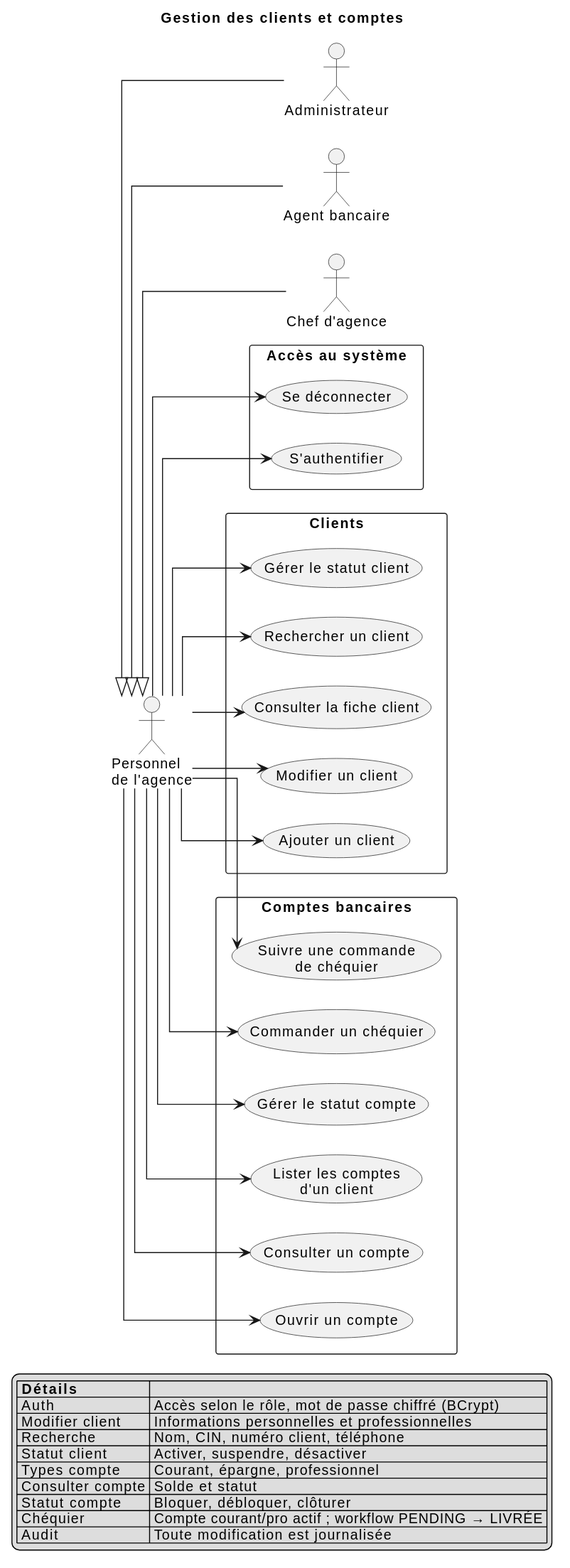
aminabensouda106-gif/banque1 keeps this PlantUML diagram as documentation/overleaf/images/01-clients-comptes.svg. Above is the earlier version. Source of this version:
```plantuml
@startuml
left to right direction
skinparam shadowing false
skinparam packageStyle rectangle
skinparam nodesep 30
skinparam ranksep 40
skinparam linetype ortho

title Gestion des clients et comptes

actor "Personnel\nde l'agence" as personnel

actor "Administrateur" as admin
actor "Agent bancaire" as agent
actor "Chef d'agence" as chef

admin -up-|> personnel
agent -up-|> personnel
chef -up-|> personnel

rectangle "Accès au système" {
  usecase "S'authentifier" as UC_LOGIN
  usecase "Se déconnecter" as UC_LOGOUT
}

rectangle "Clients" {
  usecase "Ajouter un client" as UC_C_ADD
  usecase "Modifier un client" as UC_C_EDIT
  usecase "Consulter la fiche client" as UC_C_VIEW
  usecase "Rechercher un client" as UC_C_SEARCH
  usecase "Gérer le statut client" as UC_C_STATUS
}

rectangle "Comptes bancaires" {
  usecase "Ouvrir un compte" as UC_A_OPEN
  usecase "Consulter un compte" as UC_A_VIEW
  usecase "Lister les comptes\nd'un client" as UC_A_LIST
  usecase "Gérer le statut compte" as UC_A_STATUS
  usecase "Commander un chéquier" as UC_CHQ_ORDER
  usecase "Suivre une commande\nde chéquier" as UC_CHQ_TRACK
}

personnel --> UC_LOGIN
personnel --> UC_LOGOUT
personnel --> UC_C_ADD
personnel --> UC_C_EDIT
personnel --> UC_C_VIEW
personnel --> UC_C_SEARCH
personnel --> UC_C_STATUS
personnel --> UC_A_OPEN
personnel --> UC_A_VIEW
personnel --> UC_A_LIST
personnel --> UC_A_STATUS
personnel --> UC_CHQ_ORDER
personnel --> UC_CHQ_TRACK

legend bottom
  |= Détails |= |
  | Auth | Accès selon le rôle, mot de passe chiffré (BCrypt) |
  | Modifier client | Informations personnelles et professionnelles |
  | Recherche | Nom, CIN, numéro client, téléphone |
  | Statut client | Activer, suspendre, désactiver |
  | Types compte | Courant, épargne, professionnel |
  | Consulter compte | Solde et statut |
  | Statut compte | Bloquer, débloquer, clôturer |
  | Chéquier | Compte courant/pro actif ; workflow PENDING → LIVRÉE |
  | Audit | Toute modification est journalisée |
endlegend
@enduml
```
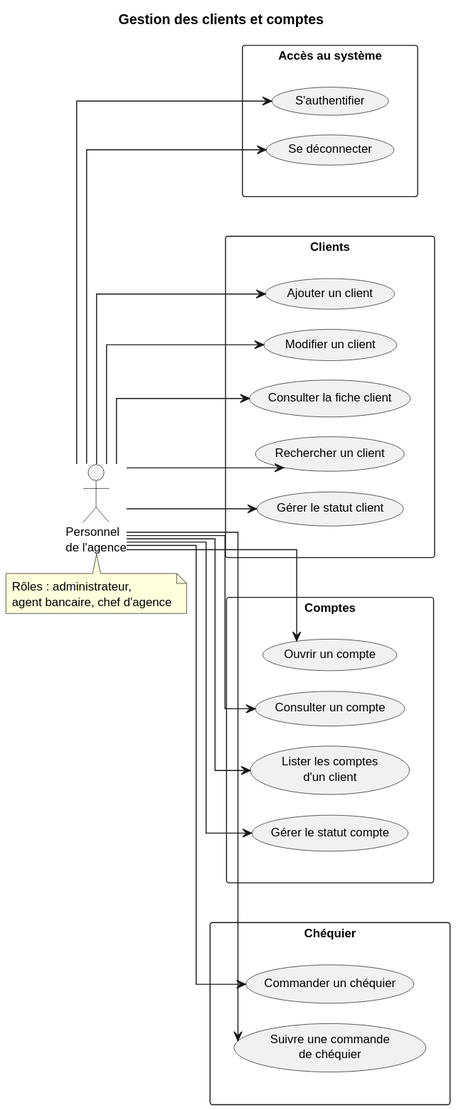
Later version of the same file.

The edit, as a diff of the source:
```diff
@@ -2,28 +2,25 @@
 left to right direction
 skinparam shadowing false
 skinparam packageStyle rectangle
-skinparam nodesep 30
-skinparam ranksep 40
+skinparam nodesep 20
+skinparam ranksep 26
 skinparam linetype ortho
+skinparam defaultFontSize 12
 
 title Gestion des clients et comptes
 
 actor "Personnel\nde l'agence" as personnel
+note bottom of personnel
+  Rôles : administrateur,
+  agent bancaire, chef d'agence
+end note
 
-actor "Administrateur" as admin
-actor "Agent bancaire" as agent
-actor "Chef d'agence" as chef
-
-admin -up-|> personnel
-agent -up-|> personnel
-chef -up-|> personnel
-
-rectangle "Accès au système" {
+rectangle "Accès au système" as ACC {
   usecase "S'authentifier" as UC_LOGIN
   usecase "Se déconnecter" as UC_LOGOUT
 }
 
-rectangle "Clients" {
+rectangle "Clients" as CLI {
   usecase "Ajouter un client" as UC_C_ADD
   usecase "Modifier un client" as UC_C_EDIT
   usecase "Consulter la fiche client" as UC_C_VIEW
@@ -31,14 +28,21 @@
   usecase "Gérer le statut client" as UC_C_STATUS
 }
 
-rectangle "Comptes bancaires" {
+rectangle "Comptes" as CPT {
   usecase "Ouvrir un compte" as UC_A_OPEN
   usecase "Consulter un compte" as UC_A_VIEW
   usecase "Lister les comptes\nd'un client" as UC_A_LIST
   usecase "Gérer le statut compte" as UC_A_STATUS
+}
+
+rectangle "Chéquier" as CHQ {
   usecase "Commander un chéquier" as UC_CHQ_ORDER
   usecase "Suivre une commande\nde chéquier" as UC_CHQ_TRACK
 }
+
+ACC -[hidden]right- CLI
+CLI -[hidden]right- CPT
+CPT -[hidden]right- CHQ
 
 personnel --> UC_LOGIN
 personnel --> UC_LOGOUT
@@ -53,17 +57,4 @@
 personnel --> UC_A_STATUS
 personnel --> UC_CHQ_ORDER
 personnel --> UC_CHQ_TRACK
-
-legend bottom
-  |= Détails |= |
-  | Auth | Accès selon le rôle, mot de passe chiffré (BCrypt) |
-  | Modifier client | Informations personnelles et professionnelles |
-  | Recherche | Nom, CIN, numéro client, téléphone |
-  | Statut client | Activer, suspendre, désactiver |
-  | Types compte | Courant, épargne, professionnel |
-  | Consulter compte | Solde et statut |
-  | Statut compte | Bloquer, débloquer, clôturer |
-  | Chéquier | Compte courant/pro actif ; workflow PENDING → LIVRÉE |
-  | Audit | Toute modification est journalisée |
-endlegend
 @enduml
```
